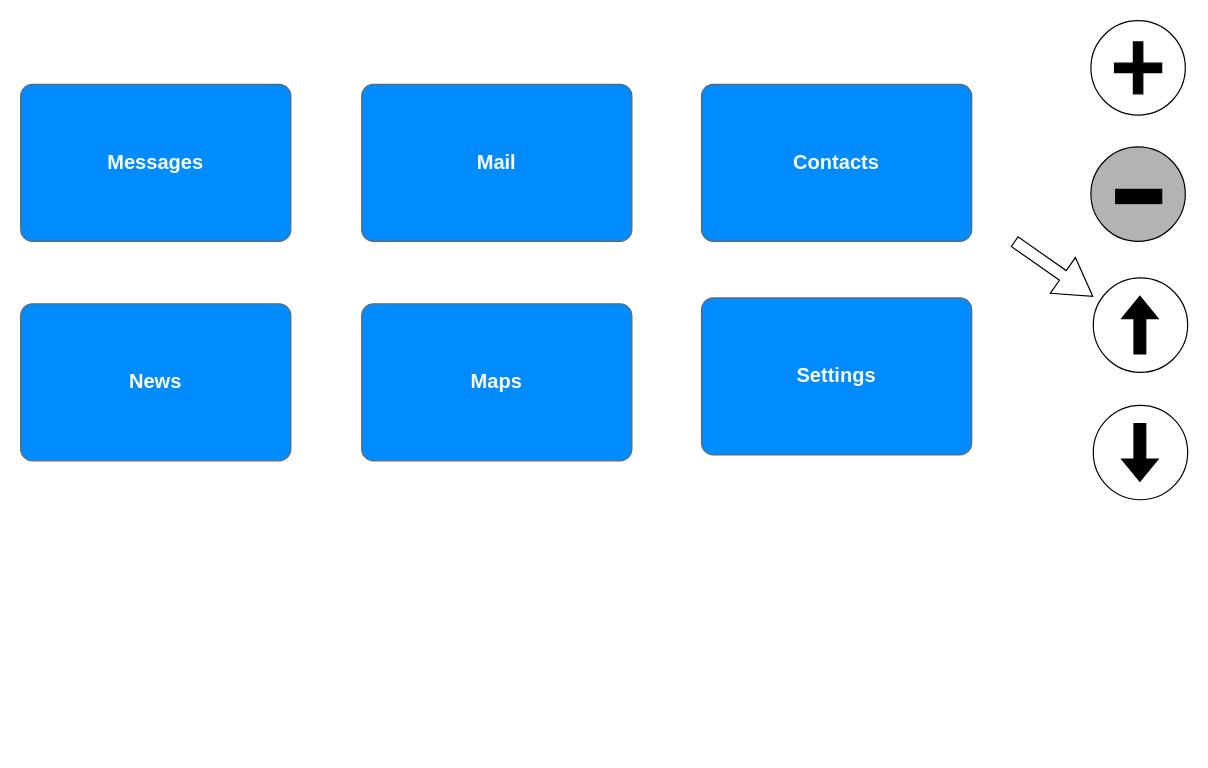
The draw.io diagram page "buttons" (4 of 5) of doc/screen.drawio in kushnertodd/android-adaptive-ui, before the edit. Source tidied: cells renumbered, new cells numbered last; positions are measured from the earlier drawing's top-left corner, leaving out a move shared by most shapes. Both pictures are drawn from the tidied source at 118%, with x=0, y=0 at pixel (20, 20).
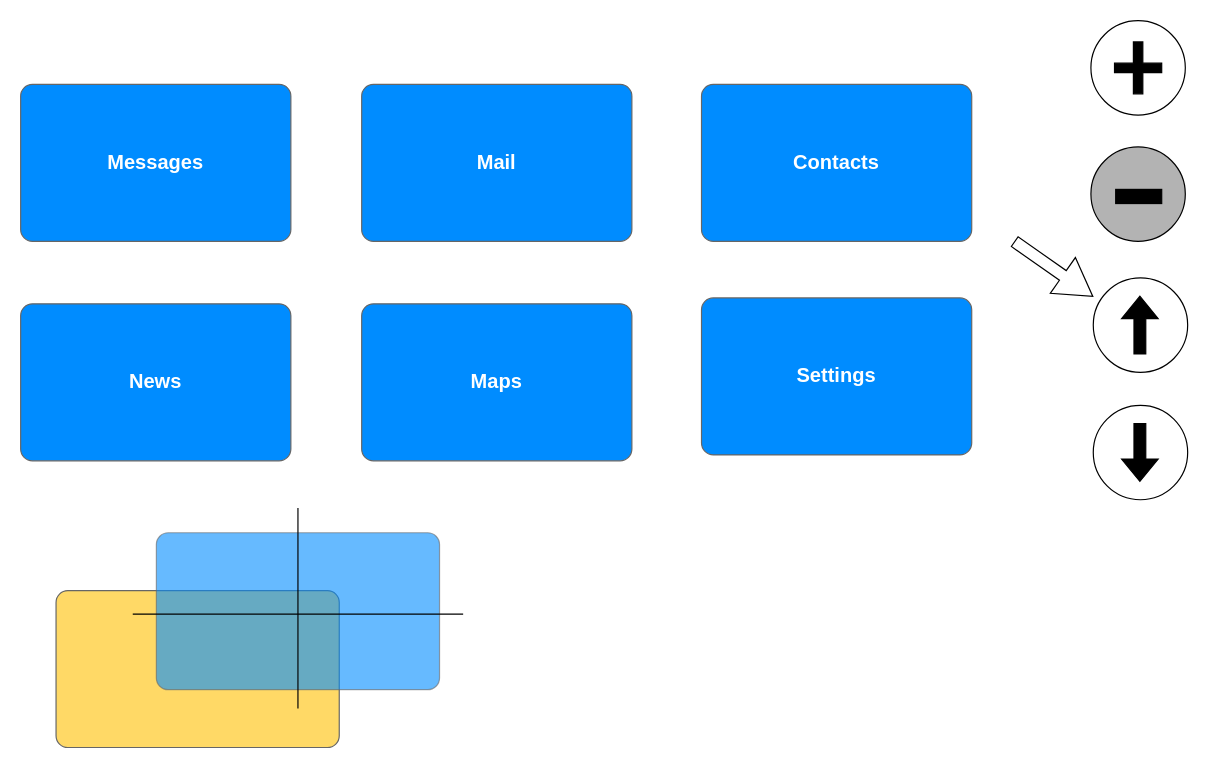
Above is the later version.

The edit, as a diff of the source:
```diff
@@
+    <mxCell id="22" style="strokeWidth=1;shadow=0;dashed=0;align=center;html=1;shape=mxgraph.mockup.buttons.button;strokeColor=#666666;fontColor=#ffffff;mainText=;buttonStyle=round;fontSize=17;fontStyle=1;fillColor=#FFD966;whiteSpace=wrap;" parent="1" vertex="1">
+      <mxGeometry x="30" y="483" width="240" height="133" as="geometry" />
+    </mxCell>
+    <mxCell id="23" style="group;" parent="1" vertex="1">
+      <mxGeometry x="95" y="413" width="280" height="170" as="geometry" />
+    </mxCell>
+    <mxCell id="24" style="strokeWidth=1;shadow=0;dashed=0;align=center;html=1;shape=mxgraph.mockup.buttons.button;strokeColor=#666666;fontColor=#ffffff;mainText=;buttonStyle=round;fontSize=17;fontStyle=1;fillColor=#008cff;whiteSpace=wrap;opacity=60;" parent="23" vertex="1">
+      <mxGeometry x="20" y="21" width="240" height="133" as="geometry" />
+    </mxCell>
+    <mxCell id="25" style="endArrow=none;html=1;rounded=0;" parent="23" edge="1">
+      <mxGeometry relative="1" as="geometry">
+        <mxPoint x="140" y="170" as="sourcePoint" />
+        <mxPoint x="140" as="targetPoint" />
+      </mxGeometry>
+    </mxCell>
+    <mxCell id="26" style="endArrow=none;html=1;rounded=0;" parent="23" edge="1">
+      <mxGeometry relative="1" as="geometry">
+        <mxPoint y="90" as="sourcePoint" />
+        <mxPoint x="280" y="90" as="targetPoint" />
+      </mxGeometry>
+    </mxCell>
```
